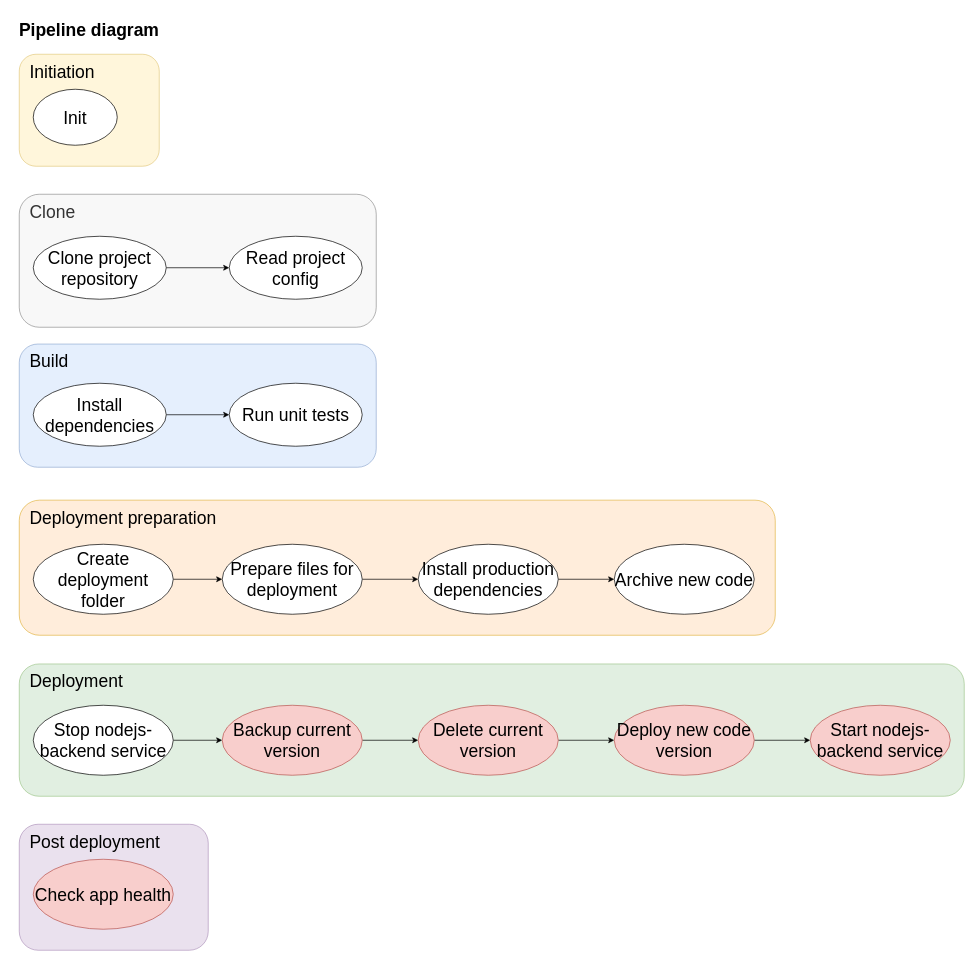
This is diagrams/pipeline-diagram.drawio from DomnMihai/jenkins-pipeline-tutorial__configuration, a draw.io file, before an edit. Source tidied: cells renumbered, new cells numbered last; positions are measured from the earlier drawing's top-left corner, leaving out a move shared by most shapes. Both pictures are drawn from the tidied source at 70%, with x=0, y=0 at pixel (12, 12).
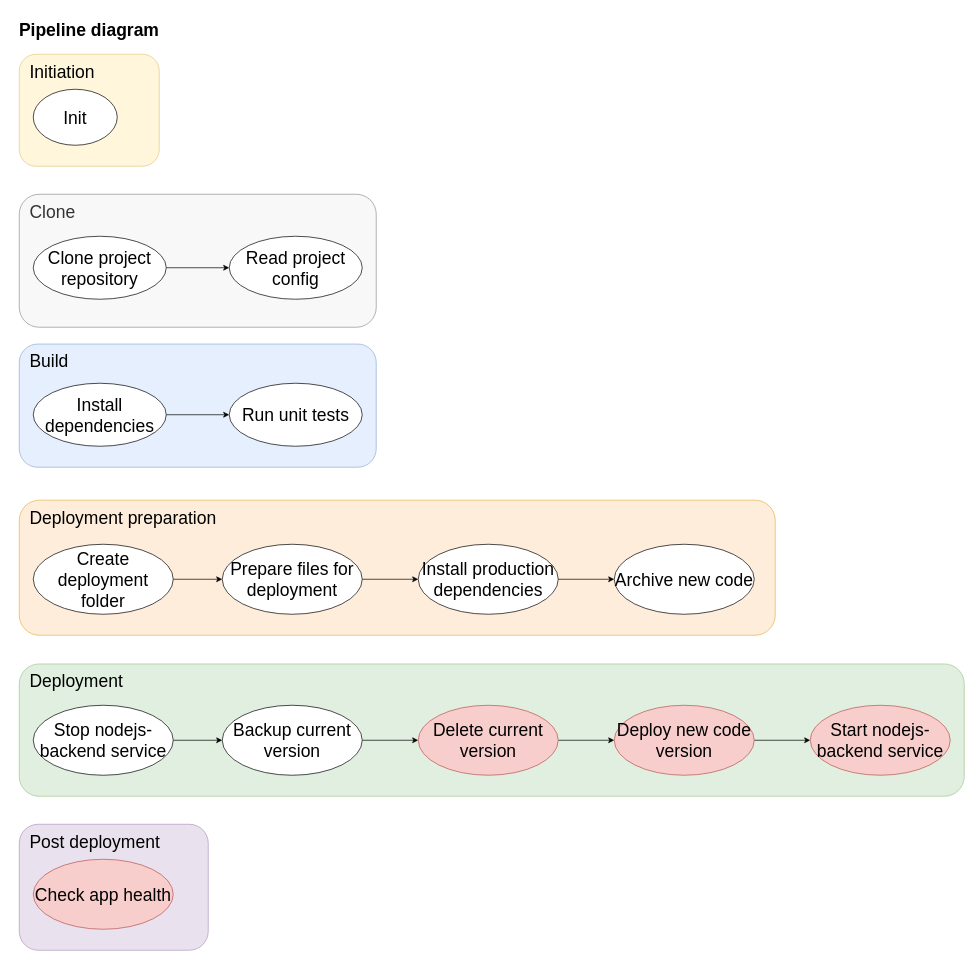
The same page after the edit.

Commit message:
Updated diagram Backup current version

What changed in the source:
```diff
@@
-    <mxCell id="26" value="Backup current version" style="ellipse;whiteSpace=wrap;html=1;fontSize=25;fillColor=#f8cecc;strokeColor=#b85450;" parent="1" vertex="1">
+    <mxCell id="26" value="Backup current version" style="ellipse;whiteSpace=wrap;html=1;fontSize=25;" parent="1" vertex="1">
       <mxGeometry x="300" y="990" width="200" height="100" as="geometry" />
     </mxCell>
```
